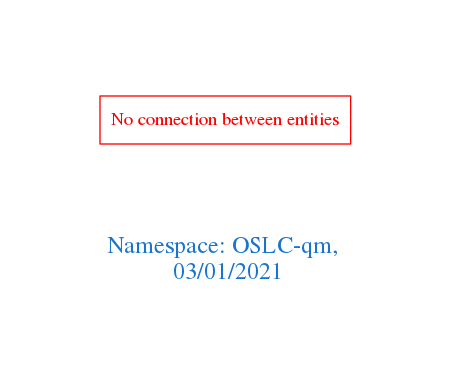
Earlier version of the Graphviz export downloads/OSLC-qm.png (arago/OGIT). Its source is kept beside it as downloads/OSLC-qm.dot.
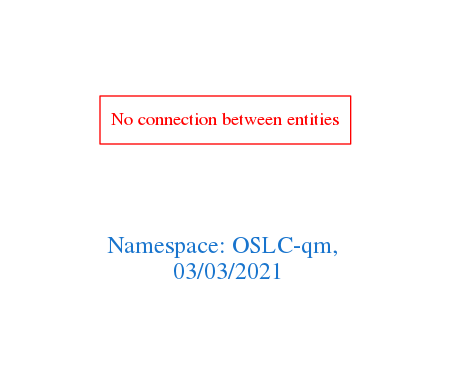
The same diagram one commit later.

Diff of the diagram source:
```diff
@@ -1,7 +1,7 @@
 digraph OGIT_ontology {
  graph [ rankdir= LR,pad=1
 fontsize = 18,
-fontcolor= dodgerblue3,label = "\n\n\nNamespace: OSLC-qm, \n 03/01/2021"];
+fontcolor= dodgerblue3,label = "\n\n\nNamespace: OSLC-qm, \n 03/03/2021"];
 node[shape=polygon];
 edge [  color="gray81"];
 
```
